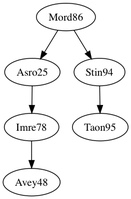
Earlier version of the Graphviz export web/arbolCliente.dot.png (leonelyutu/ProyectoJunio2017_200819281). Its source is kept beside it as web/arbolCliente.dot.
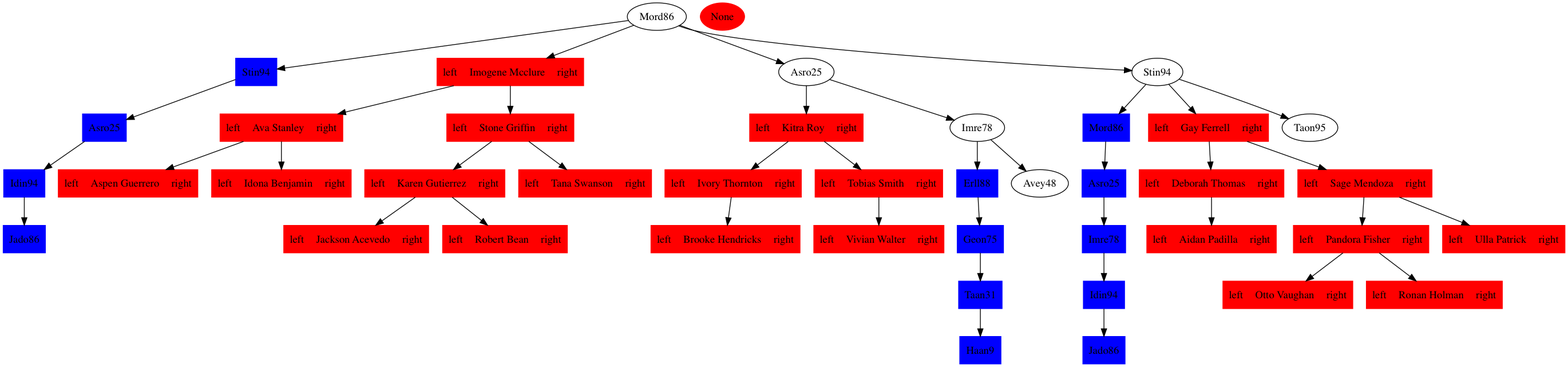
After the change.

Diff of the diagram source:
```diff
@@ -1,13 +1,85 @@
 digraph g{
 Mord86[label = "Mord86"]
+subgraph Mord86{
+node [style = filled,color = blue];
+Mord86-><lista_juego.Nodo_juego instance at 0x10a16e5a8><lista_juego.Nodo_juego instance at 0x10a16e5a8>[label = Stin94 shape =box, style=filled, fillcolor=blue]
+<lista_juego.Nodo_juego instance at 0x10a161a28>[label = Asro25 shape =box, style=filled, fillcolor=blue]
+<lista_juego.Nodo_juego instance at 0x10a161560>[label = Idin94 shape =box, style=filled, fillcolor=blue]
+<lista_juego.Nodo_juego instance at 0x10a150f38>[label = Jado86 shape =box, style=filled, fillcolor=blue]
+<lista_juego.Nodo_juego instance at 0x10a16e5a8>-><lista_juego.Nodo_juego instance at 0x10a161a28><lista_juego.Nodo_juego instance at 0x10a161a28>-><lista_juego.Nodo_juego instance at 0x10a161560><lista_juego.Nodo_juego instance at 0x10a161560>-><lista_juego.Nodo_juego instance at 0x10a150f38>}
+subgraph Mord86{
+node [style = filled,color = red];
+Mord86-><arbol_AVL.Node instance at 0x10a186a28><arbol_AVL.Node instance at 0x10a186a28>[shape = record, label = "<f0> left|<f1>Imogene Mcclure|<f2> right "];
+<arbol_AVL.Node instance at 0x10a186a28>-><arbol_AVL.Node instance at 0x10a1921b8>
+<arbol_AVL.Node instance at 0x10a186a28>-><arbol_AVL.Node instance at 0x10a1504d0>
+<arbol_AVL.Node instance at 0x10a1921b8>[shape = record, label = "<f0> left|<f1>Ava Stanley|<f2> right "];
+<arbol_AVL.Node instance at 0x10a1921b8>-><arbol_AVL.Node instance at 0x10a161a70>
+<arbol_AVL.Node instance at 0x10a1921b8>-><arbol_AVL.Node instance at 0x10a192758>
+<arbol_AVL.Node instance at 0x10a161a70>[shape = record, label = "<f0> left|<f1>Aspen Guerrero|<f2> right "];
+<arbol_AVL.Node instance at 0x10a192758>[shape = record, label = "<f0> left|<f1>Idona Benjamin|<f2> right "];
+<arbol_AVL.Node instance at 0x10a1504d0>[shape = record, label = "<f0> left|<f1>Stone Griffin|<f2> right "];
+<arbol_AVL.Node instance at 0x10a1504d0>-><arbol_AVL.Node instance at 0x10a192488>
+<arbol_AVL.Node instance at 0x10a1504d0>-><arbol_AVL.Node instance at 0x10a1860e0>
+<arbol_AVL.Node instance at 0x10a192488>[shape = record, label = "<f0> left|<f1>Karen Gutierrez|<f2> right "];
+<arbol_AVL.Node instance at 0x10a192488>-><arbol_AVL.Node instance at 0x10a192b90>
+<arbol_AVL.Node instance at 0x10a192488>-><arbol_AVL.Node instance at 0x10a192fc8>
+<arbol_AVL.Node instance at 0x10a192b90>[shape = record, label = "<f0> left|<f1>Jackson Acevedo|<f2> right "];
+<arbol_AVL.Node instance at 0x10a192fc8>[shape = record, label = "<f0> left|<f1>Robert Bean|<f2> right "];
+<arbol_AVL.Node instance at 0x10a1860e0>[shape = record, label = "<f0> left|<f1>Tana Swanson|<f2> right "];
+None}
 Mord86->Asro25
 Mord86->Stin94
 Asro25[label = "Asro25"]
+subgraph Asro25{
+node [style = filled,color = red];
+Asro25-><arbol_AVL.Node instance at 0x10a192050><arbol_AVL.Node instance at 0x10a192050>[shape = record, label = "<f0> left|<f1>Kitra Roy|<f2> right "];
+<arbol_AVL.Node instance at 0x10a192050>-><arbol_AVL.Node instance at 0x10a186908>
+<arbol_AVL.Node instance at 0x10a192050>-><arbol_AVL.Node instance at 0x10a1866c8>
+<arbol_AVL.Node instance at 0x10a186908>[shape = record, label = "<f0> left|<f1>Ivory Thornton|<f2> right "];
+<arbol_AVL.Node instance at 0x10a186908>-><arbol_AVL.Node instance at 0x10a1619e0>
+<arbol_AVL.Node instance at 0x10a1619e0>[shape = record, label = "<f0> left|<f1>Brooke Hendricks|<f2> right "];
+<arbol_AVL.Node instance at 0x10a1866c8>[shape = record, label = "<f0> left|<f1>Tobias Smith|<f2> right "];
+<arbol_AVL.Node instance at 0x10a1866c8>-><arbol_AVL.Node instance at 0x10a161680>
+<arbol_AVL.Node instance at 0x10a161680>[shape = record, label = "<f0> left|<f1>Vivian Walter|<f2> right "];
+None}
 Asro25->Imre78
 Imre78[label = "Imre78"]
+subgraph Imre78{
+node [style = filled,color = blue];
+Imre78-><lista_juego.Nodo_juego instance at 0x10a16ea70><lista_juego.Nodo_juego instance at 0x10a16ea70>[label = Erll88 shape =box, style=filled, fillcolor=blue]
+<lista_juego.Nodo_juego instance at 0x10a16ef38>[label = Geon75 shape =box, style=filled, fillcolor=blue]
+<lista_juego.Nodo_juego instance at 0x10a174518>[label = Taan31 shape =box, style=filled, fillcolor=blue]
+<lista_juego.Nodo_juego instance at 0x10a174ab8>[label = Haan9 shape =box, style=filled, fillcolor=blue]
+<lista_juego.Nodo_juego instance at 0x10a16ea70>-><lista_juego.Nodo_juego instance at 0x10a16ef38><lista_juego.Nodo_juego instance at 0x10a16ef38>-><lista_juego.Nodo_juego instance at 0x10a174518><lista_juego.Nodo_juego instance at 0x10a174518>-><lista_juego.Nodo_juego instance at 0x10a174ab8>}
 Imre78->Avey48
 Avey48[label = "Avey48"]
 Stin94[label = "Stin94"]
+subgraph Stin94{
+node [style = filled,color = blue];
+Stin94-><lista_juego.Nodo_juego instance at 0x10a150680><lista_juego.Nodo_juego instance at 0x10a150680>[label = Mord86 shape =box, style=filled, fillcolor=blue]
+<lista_juego.Nodo_juego instance at 0x10a150050>[label = Asro25 shape =box, style=filled, fillcolor=blue]
+<lista_juego.Nodo_juego instance at 0x10a133878>[label = Imre78 shape =box, style=filled, fillcolor=blue]
+<lista_juego.Nodo_juego instance at 0x10a134e60>[label = Idin94 shape =box, style=filled, fillcolor=blue]
+<lista_juego.Nodo_juego instance at 0x10a1347a0>[label = Jado86 shape =box, style=filled, fillcolor=blue]
+<lista_juego.Nodo_juego instance at 0x10a150680>-><lista_juego.Nodo_juego instance at 0x10a150050><lista_juego.Nodo_juego instance at 0x10a150050>-><lista_juego.Nodo_juego instance at 0x10a133878><lista_juego.Nodo_juego instance at 0x10a133878>-><lista_juego.Nodo_juego instance at 0x10a134e60><lista_juego.Nodo_juego instance at 0x10a134e60>-><lista_juego.Nodo_juego instance at 0x10a1347a0>}
+subgraph Stin94{
+node [style = filled,color = red];
+Stin94-><arbol_AVL.Node instance at 0x10a19b878><arbol_AVL.Node instance at 0x10a19b878>[shape = record, label = "<f0> left|<f1>Gay Ferrell|<f2> right "];
+<arbol_AVL.Node instance at 0x10a19b878>-><arbol_AVL.Node instance at 0x10a192f38>
+<arbol_AVL.Node instance at 0x10a19b878>-><arbol_AVL.Node instance at 0x10a192680>
+<arbol_AVL.Node instance at 0x10a192f38>[shape = record, label = "<f0> left|<f1>Deborah Thomas|<f2> right "];
+<arbol_AVL.Node instance at 0x10a192f38>-><arbol_AVL.Node instance at 0x10a192f80>
+<arbol_AVL.Node instance at 0x10a192f80>[shape = record, label = "<f0> left|<f1>Aidan Padilla|<f2> right "];
+<arbol_AVL.Node instance at 0x10a192680>[shape = record, label = "<f0> left|<f1>Sage Mendoza|<f2> right "];
+<arbol_AVL.Node instance at 0x10a192680>-><arbol_AVL.Node instance at 0x10a192170>
+<arbol_AVL.Node instance at 0x10a192680>-><arbol_AVL.Node instance at 0x10a19b440>
+<arbol_AVL.Node instance at 0x10a192170>[shape = record, label = "<f0> left|<f1>Pandora Fisher|<f2> right "];
+<arbol_AVL.Node instance at 0x10a192170>-><arbol_AVL.Node instance at 0x10a1927a0>
+<arbol_AVL.Node instance at 0x10a192170>-><arbol_AVL.Node instance at 0x10a1923f8>
+<arbol_AVL.Node instance at 0x10a1927a0>[shape = record, label = "<f0> left|<f1>Otto Vaughan|<f2> right "];
+<arbol_AVL.Node instance at 0x10a1923f8>[shape = record, label = "<f0> left|<f1>Ronan Holman|<f2> right "];
+<arbol_AVL.Node instance at 0x10a19b440>[shape = record, label = "<f0> left|<f1>Ulla Patrick|<f2> right "];
+None}
 Stin94->Taon95
 Taon95[label = "Taon95"]
 }
```
